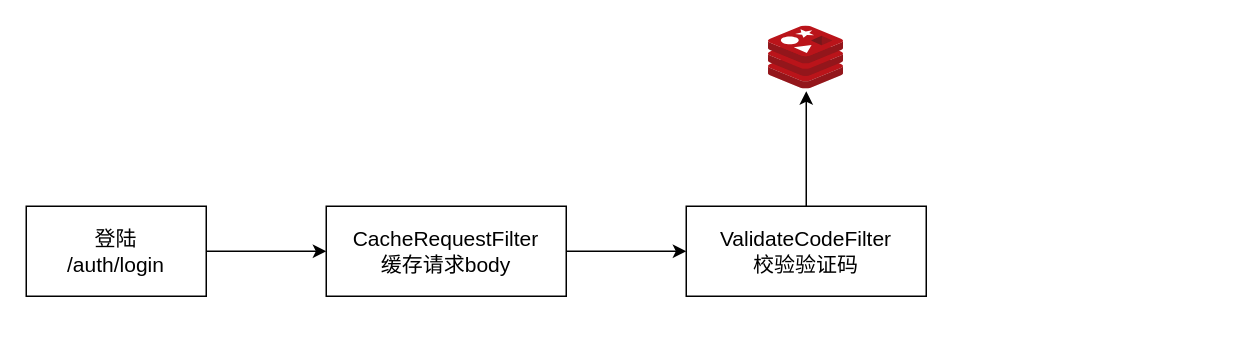
Before: ruoyi.drawio in songailin/draw, a draw.io diagram. Source tidied: cells renumbered, new cells numbered last; positions are measured from the earlier drawing's top-left corner, leaving out a move shared by most shapes. Both pictures are drawn from the tidied source at 150%, with x=0, y=0 at pixel (26, 26).
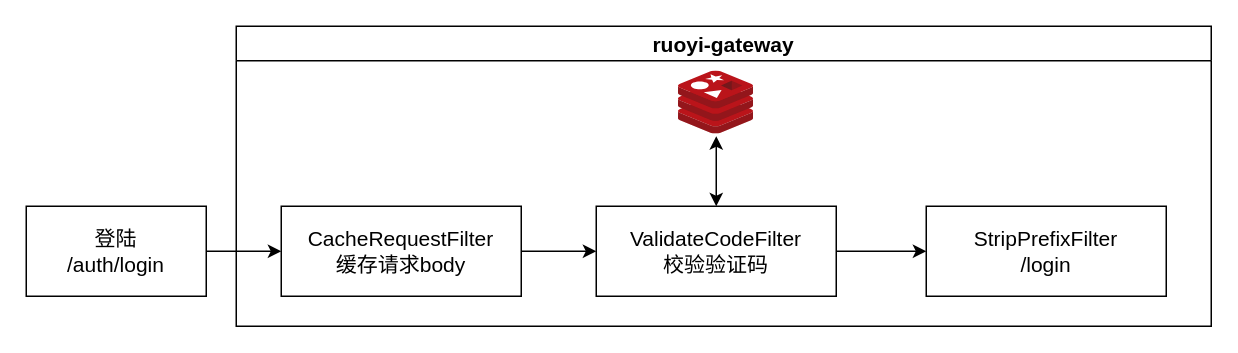
After the change.

Change to the diagram source:
```diff
@@
 <mxGraphModel>
   <root>
     <mxCell id="0" />
     <mxCell id="1" parent="0" />
     <mxCell id="2" style="edgeStyle=orthogonalEdgeStyle;rounded=0;jettySize=auto;html=1;fontSize=14;" parent="1" edge="1" source="3" target="5">
       <mxGeometry relative="1" as="geometry" />
     </mxCell>
     <mxCell id="3" value="登陆&lt;br style=&quot;font-size: 14px;&quot;&gt;/auth/login" style="rounded=0;whiteSpace=wrap;html=1;fontSize=14;" parent="1" vertex="1">
       <mxGeometry y="120" width="120" height="60" as="geometry" />
     </mxCell>
+    <mxCell id="9" value="ruoyi-gateway" style="swimlane;fontSize=14;" parent="1" vertex="1">
+      <mxGeometry x="140" width="650" height="200" as="geometry" />
+    </mxCell>
+    <mxCell id="5" value="CacheRequestFilter&lt;br&gt;缓存请求body" style="rounded=0;whiteSpace=wrap;html=1;fontSize=14;" parent="9" vertex="1">
+      <mxGeometry x="30" y="120" width="160" height="60" as="geometry" />
+    </mxCell>
+    <mxCell id="7" value="ValidateCodeFilter&lt;br&gt;校验验证码" style="rounded=0;whiteSpace=wrap;html=1;fontSize=14;" parent="9" vertex="1">
+      <mxGeometry x="240" y="120" width="160" height="60" as="geometry" />
+    </mxCell>
-    <mxCell id="4" style="edgeStyle=orthogonalEdgeStyle;rounded=0;jettySize=auto;html=1;fontSize=14;" parent="1" edge="1" source="5" target="7">
+    <mxCell id="4" style="edgeStyle=orthogonalEdgeStyle;rounded=0;jettySize=auto;html=1;fontSize=14;" parent="9" edge="1" source="5" target="7">
       <mxGeometry relative="1" as="geometry" />
     </mxCell>
-    <mxCell id="5" value="CacheRequestFilter&lt;br&gt;缓存请求body" style="rounded=0;whiteSpace=wrap;html=1;fontSize=14;" parent="1" vertex="1">
-      <mxGeometry x="200" y="120" width="160" height="60" as="geometry" />
-    </mxCell>
+    <mxCell id="8" style="sketch=0;html=1;points=[];align=center;image;fontSize=12;image=img/lib/mscae/Cache_Redis_Product.svg;" parent="9" vertex="1">
+      <mxGeometry x="295" y="30" width="50" height="42" as="geometry" />
+    </mxCell>
-    <mxCell id="6" style="edgeStyle=orthogonalEdgeStyle;rounded=0;jettySize=auto;html=1;entryX=0.5;entryY=1.032;entryDx=0;entryDy=0;entryPerimeter=0;fontSize=14;" parent="1" edge="1" source="7" target="8">
+    <mxCell id="6" style="edgeStyle=orthogonalEdgeStyle;rounded=0;jettySize=auto;html=1;entryX=0.5;entryY=1.032;entryDx=0;entryDy=0;entryPerimeter=0;fontSize=14;startArrow=classic;startFill=1;" parent="9" edge="1" source="7" target="8">
       <mxGeometry relative="1" as="geometry" />
     </mxCell>
-    <mxCell id="7" value="ValidateCodeFilter&lt;br&gt;校验验证码" style="rounded=0;whiteSpace=wrap;html=1;fontSize=14;" parent="1" vertex="1">
-      <mxGeometry x="440" y="120" width="160" height="60" as="geometry" />
-    </mxCell>
-    <mxCell id="8" style="sketch=0;html=1;points=[];align=center;image;fontSize=12;image=img/lib/mscae/Cache_Redis_Product.svg;" parent="1" vertex="1">
-      <mxGeometry x="495" width="50" height="42" as="geometry" />
-    </mxCell>
+    <mxCell id="10" value="StripPrefixFilter&lt;br&gt;/login" style="rounded=0;whiteSpace=wrap;html=1;fontSize=14;" parent="9" vertex="1">
+      <mxGeometry x="460" y="120" width="160" height="60" as="geometry" />
+    </mxCell>
+    <mxCell id="11" style="edgeStyle=orthogonalEdgeStyle;rounded=0;jettySize=auto;html=1;fontSize=14;startArrow=none;startFill=0;" parent="9" edge="1" source="7" target="10">
+      <mxGeometry relative="1" as="geometry" />
+    </mxCell>
   </root>
 </mxGraphModel>
```
